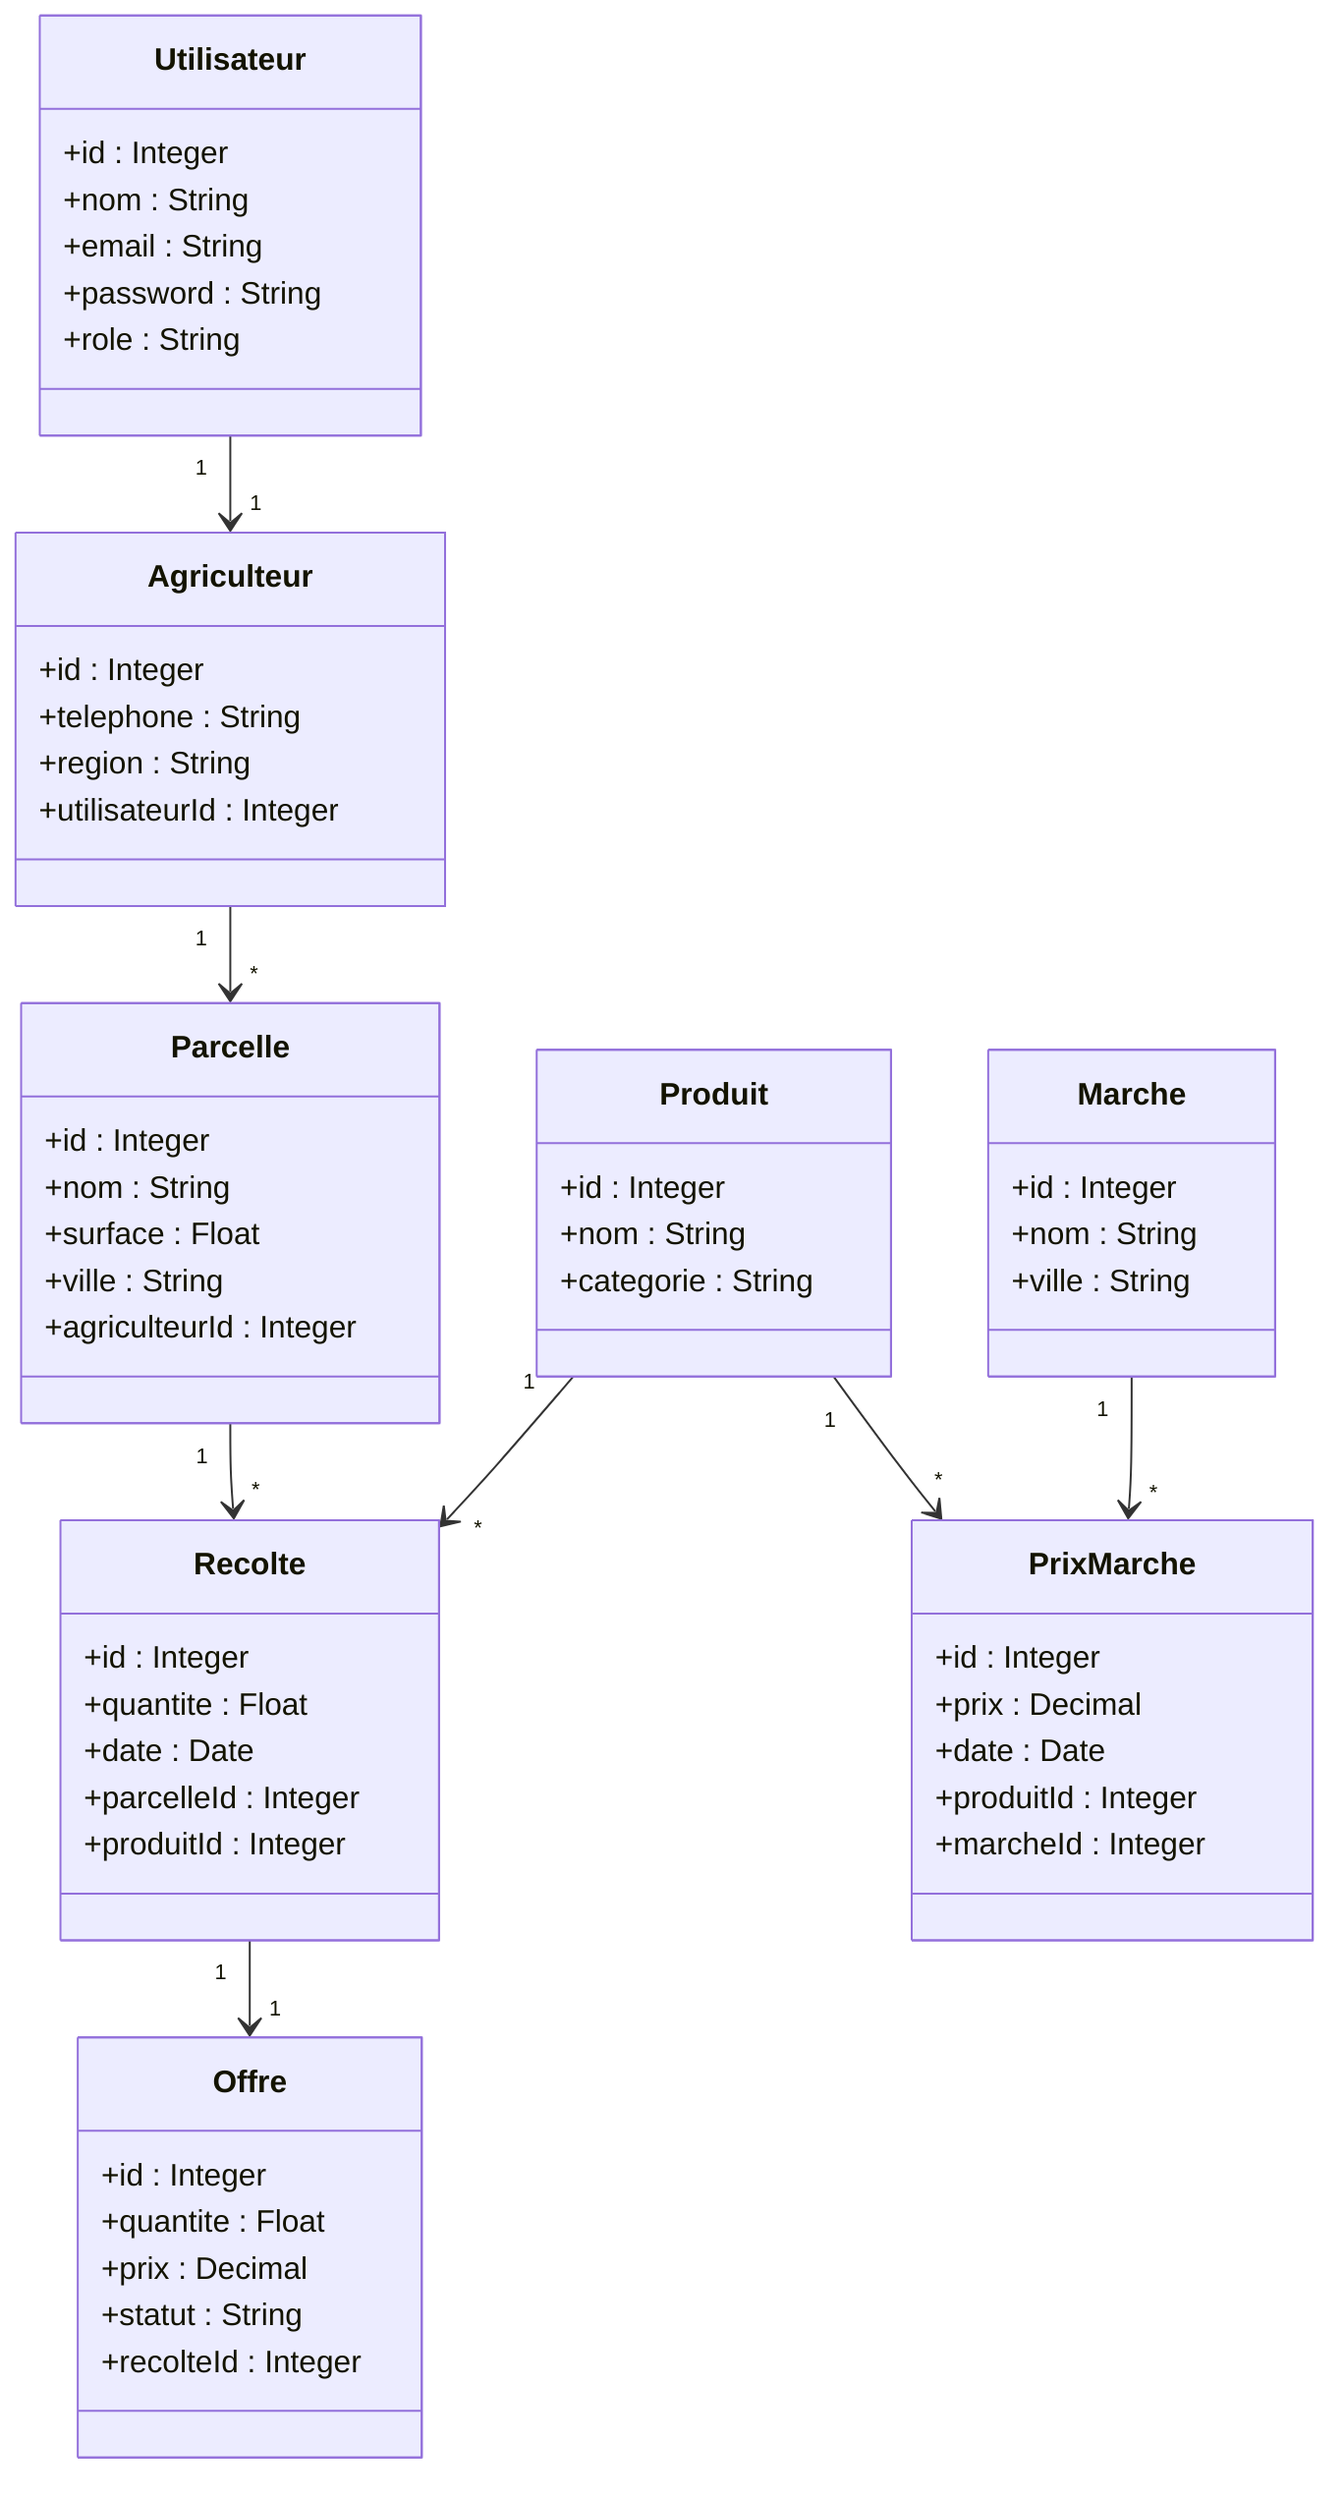
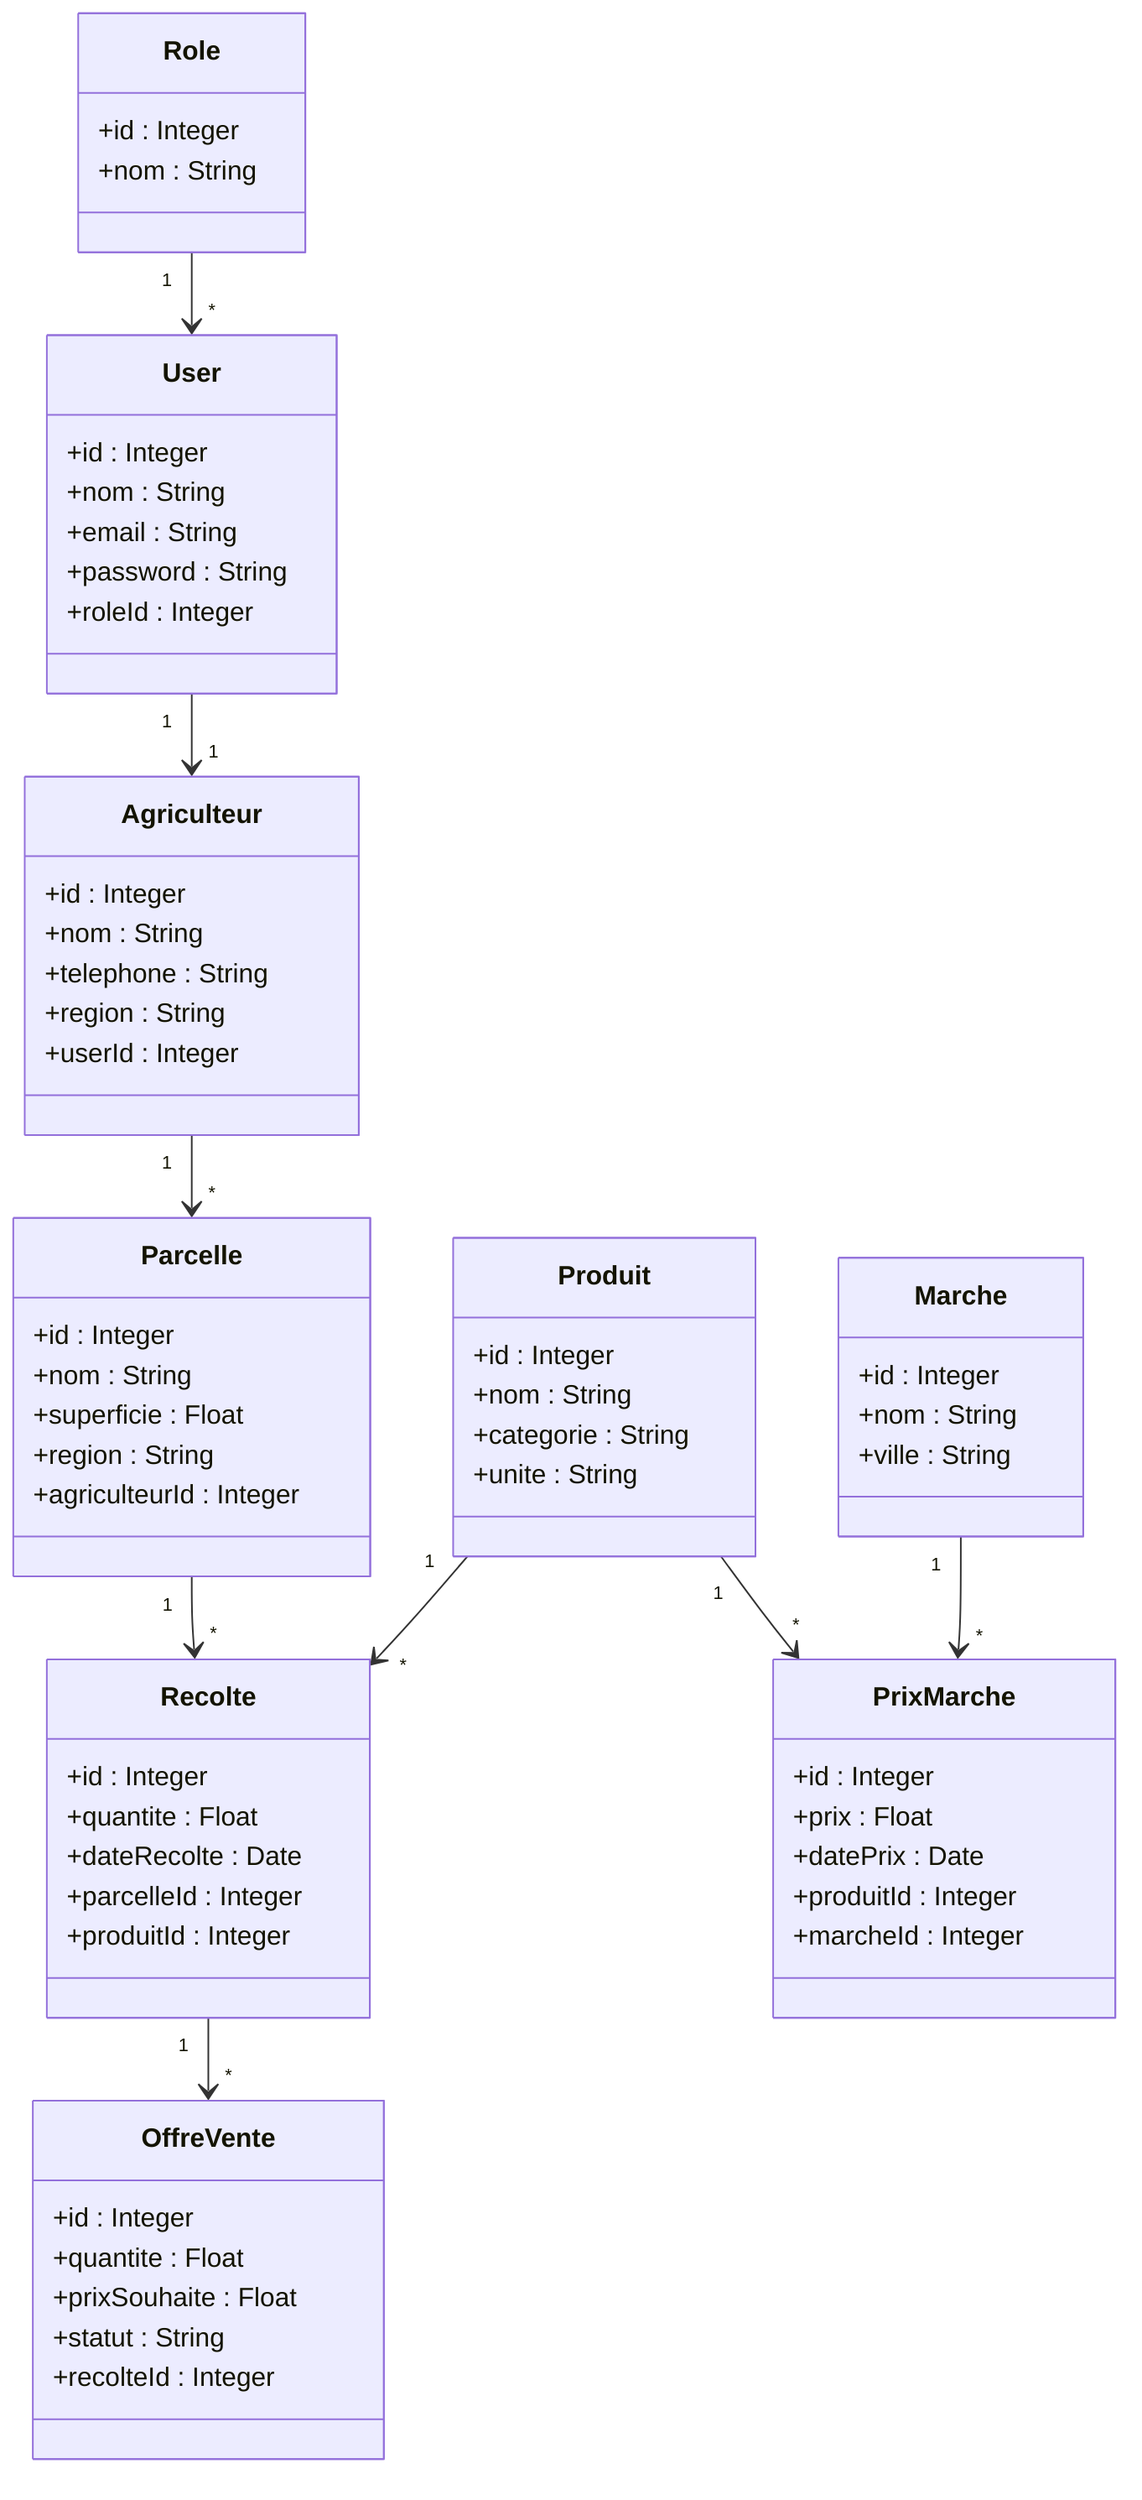

classDiagram

- class Utilisateur {
-   +id : Integer
-   +nom : String
-   +email : String
-   +password : String
-   +role : String
+ class Role {
+     +id : Integer
+     +nom : String
+ }
+ 
+ class User {
+     +id : Integer
+     +nom : String
+     +email : String
+     +password : String
+     +roleId : Integer
}

class Agriculteur {
-   +id : Integer
-   +telephone : String
-   +region : String
-   +utilisateurId : Integer
+     +id : Integer
+     +nom : String
+     +telephone : String
+     +region : String
+     +userId : Integer
}

class Parcelle {
-   +id : Integer
-   +nom : String
-   +surface : Float
-   +ville : String
-   +agriculteurId : Integer
+     +id : Integer
+     +nom : String
+     +superficie : Float
+     +region : String
+     +agriculteurId : Integer
+ }
+ 
+ class Produit {
+     +id : Integer
+     +nom : String
+     +categorie : String
+     +unite : String
}

class Recolte {
-   +id : Integer
-   +quantite : Float
-   +date : Date
-   +parcelleId : Integer
-   +produitId : Integer
+     +id : Integer
+     +quantite : Float
+     +dateRecolte : Date
+     +parcelleId : Integer
+     +produitId : Integer
}

- class Produit {
-   +id : Integer
-   +nom : String
-   +categorie : String
+ class Marche {
+     +id : Integer
+     +nom : String
+     +ville : String
}

class PrixMarche {
-   +id : Integer
-   +prix : Decimal
-   +date : Date
-   +produitId : Integer
-   +marcheId : Integer
+     +id : Integer
+     +prix : Float
+     +datePrix : Date
+     +produitId : Integer
+     +marcheId : Integer
}

- class Marche {
-   +id : Integer
-   +nom : String
-   +ville : String
+ class OffreVente {
+     +id : Integer
+     +quantite : Float
+     +prixSouhaite : Float
+     +statut : String
+     +recolteId : Integer
}

- class Offre {
-   +id : Integer
-   +quantite : Float
-   +prix : Decimal
-   +statut : String
-   +recolteId : Integer
- }
- 
- Utilisateur "1" --> "1" Agriculteur
- 
+ Role "1" --> "*" User
+ User "1" --> "1" Agriculteur
Agriculteur "1" --> "*" Parcelle
- 
Parcelle "1" --> "*" Recolte
- 
Produit "1" --> "*" Recolte
- 
Produit "1" --> "*" PrixMarche
- 
Marche "1" --> "*" PrixMarche
- 
- Recolte "1" --> "1" Offre
+ Recolte "1" --> "*" OffreVente
